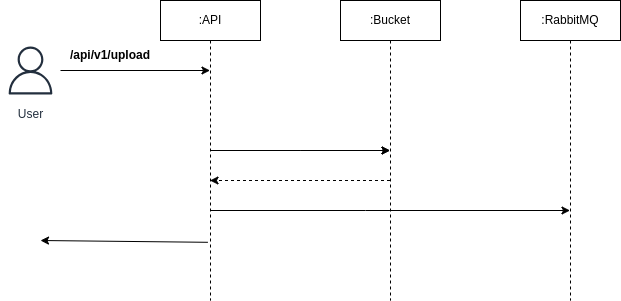
This is receiver-api.png from JuniorJDS/image-receiver-api, a draw.io export, as it was before one commit. Source tidied: cells renumbered, new cells last; positions are measured from the earlier drawing's top-left corner, leaving out a move shared by most shapes. Source of this version:
```xml
<mxGraphModel>
  <root>
    <mxCell id="0" />
    <mxCell id="1" parent="0" />
    <mxCell id="2" style="edgeStyle=elbowEdgeStyle;rounded=0;jettySize=auto;html=1;elbow=vertical;curved=0;" parent="1" edge="1" source="5" target="10">
      <mxGeometry relative="1" as="geometry" />
    </mxCell>
    <mxCell id="3" style="edgeStyle=elbowEdgeStyle;rounded=0;jettySize=auto;html=1;elbow=vertical;curved=0;" parent="1" edge="1" source="5" target="10">
      <mxGeometry relative="1" as="geometry" />
    </mxCell>
    <mxCell id="4" style="edgeStyle=elbowEdgeStyle;rounded=0;jettySize=auto;html=1;elbow=vertical;curved=0;" parent="1" edge="1" source="5" target="11">
      <mxGeometry relative="1" as="geometry">
        <Array as="points">
          <mxPoint x="365" y="210" />
        </Array>
      </mxGeometry>
    </mxCell>
    <mxCell id="5" value=":API" style="shape=umlLifeline;perimeter=lifelinePerimeter;whiteSpace=wrap;html=1;outlineConnect=0;portConstraint=eastwest;newEdgeStyle={&quot;edgeStyle&quot;:&quot;elbowEdgeStyle&quot;,&quot;elbow&quot;:&quot;vertical&quot;,&quot;curved&quot;:0,&quot;rounded&quot;:0};" parent="1" vertex="1">
      <mxGeometry x="160" width="100" height="300" as="geometry" />
    </mxCell>
    <mxCell id="6" value="User" style="sketch=0;outlineConnect=0;fontColor=#232F3E;gradientColor=none;strokeColor=#232F3E;fillColor=#ffffff;dashed=0;verticalLabelPosition=bottom;verticalAlign=top;align=center;html=1;fontSize=12;fontStyle=0;shape=mxgraph.aws4.resourceIcon;resIcon=mxgraph.aws4.user;" parent="1" vertex="1">
      <mxGeometry y="40" width="60" height="60" as="geometry" />
    </mxCell>
    <mxCell id="7" style="endArrow=classic;html=1;rounded=0;" parent="1" edge="1" source="6" target="5">
      <mxGeometry relative="1" as="geometry" />
    </mxCell>
    <mxCell id="8" value="&lt;b&gt;/api/v1/upload&lt;/b&gt;" style="text;html=1;align=center;verticalAlign=middle;whiteSpace=wrap;rounded=0;" parent="1" vertex="1">
      <mxGeometry x="80" y="40" width="60" height="30" as="geometry" />
    </mxCell>
    <mxCell id="9" style="edgeStyle=elbowEdgeStyle;rounded=0;jettySize=auto;html=1;elbow=vertical;curved=0;dashed=1;" parent="1" edge="1" source="10" target="5">
      <mxGeometry relative="1" as="geometry">
        <Array as="points">
          <mxPoint x="300" y="180" />
        </Array>
      </mxGeometry>
    </mxCell>
    <mxCell id="10" value=":Bucket" style="shape=umlLifeline;perimeter=lifelinePerimeter;whiteSpace=wrap;html=1;outlineConnect=0;portConstraint=eastwest;newEdgeStyle={&quot;edgeStyle&quot;:&quot;elbowEdgeStyle&quot;,&quot;elbow&quot;:&quot;vertical&quot;,&quot;curved&quot;:0,&quot;rounded&quot;:0};" parent="1" vertex="1">
      <mxGeometry x="340" width="100" height="300" as="geometry" />
    </mxCell>
    <mxCell id="11" value=":RabbitMQ" style="shape=umlLifeline;perimeter=lifelinePerimeter;whiteSpace=wrap;html=1;outlineConnect=0;portConstraint=eastwest;newEdgeStyle={&quot;edgeStyle&quot;:&quot;elbowEdgeStyle&quot;,&quot;elbow&quot;:&quot;vertical&quot;,&quot;curved&quot;:0,&quot;rounded&quot;:0};" parent="1" vertex="1">
      <mxGeometry x="520" width="100" height="300" as="geometry" />
    </mxCell>
    <mxCell id="12" style="endArrow=classic;html=1;rounded=0;exitX=0.474;exitY=0.806;exitDx=0;exitDy=0;exitPerimeter=0;" parent="1" edge="1" source="5">
      <mxGeometry relative="1" as="geometry">
        <mxPoint x="40" y="240" as="targetPoint" />
      </mxGeometry>
    </mxCell>
  </root>
</mxGraphModel>
```
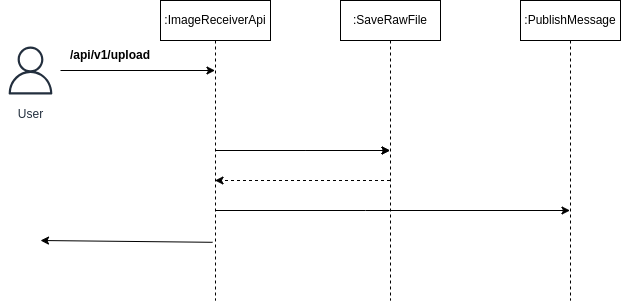
Above is the later version.

Commit message:
doc: update sequence diagram image

The edit, as a diff of the source:
```diff
@@ -15,8 +15,8 @@
         </Array>
       </mxGeometry>
     </mxCell>
-    <mxCell id="5" value=":API" style="shape=umlLifeline;perimeter=lifelinePerimeter;whiteSpace=wrap;html=1;outlineConnect=0;portConstraint=eastwest;newEdgeStyle={&quot;edgeStyle&quot;:&quot;elbowEdgeStyle&quot;,&quot;elbow&quot;:&quot;vertical&quot;,&quot;curved&quot;:0,&quot;rounded&quot;:0};" parent="1" vertex="1">
-      <mxGeometry x="160" width="100" height="300" as="geometry" />
+    <mxCell id="5" value=":ImageReceiverApi" style="shape=umlLifeline;perimeter=lifelinePerimeter;whiteSpace=wrap;html=1;outlineConnect=0;portConstraint=eastwest;newEdgeStyle={&quot;edgeStyle&quot;:&quot;elbowEdgeStyle&quot;,&quot;elbow&quot;:&quot;vertical&quot;,&quot;curved&quot;:0,&quot;rounded&quot;:0};" parent="1" vertex="1">
+      <mxGeometry x="160" width="110" height="300" as="geometry" />
     </mxCell>
     <mxCell id="6" value="User" style="sketch=0;outlineConnect=0;fontColor=#232F3E;gradientColor=none;strokeColor=#232F3E;fillColor=#ffffff;dashed=0;verticalLabelPosition=bottom;verticalAlign=top;align=center;html=1;fontSize=12;fontStyle=0;shape=mxgraph.aws4.resourceIcon;resIcon=mxgraph.aws4.user;" parent="1" vertex="1">
       <mxGeometry y="40" width="60" height="60" as="geometry" />
@@ -34,10 +34,10 @@
         </Array>
       </mxGeometry>
     </mxCell>
-    <mxCell id="10" value=":Bucket" style="shape=umlLifeline;perimeter=lifelinePerimeter;whiteSpace=wrap;html=1;outlineConnect=0;portConstraint=eastwest;newEdgeStyle={&quot;edgeStyle&quot;:&quot;elbowEdgeStyle&quot;,&quot;elbow&quot;:&quot;vertical&quot;,&quot;curved&quot;:0,&quot;rounded&quot;:0};" parent="1" vertex="1">
+    <mxCell id="10" value=":SaveRawFile" style="shape=umlLifeline;perimeter=lifelinePerimeter;whiteSpace=wrap;html=1;outlineConnect=0;portConstraint=eastwest;newEdgeStyle={&quot;edgeStyle&quot;:&quot;elbowEdgeStyle&quot;,&quot;elbow&quot;:&quot;vertical&quot;,&quot;curved&quot;:0,&quot;rounded&quot;:0};" parent="1" vertex="1">
       <mxGeometry x="340" width="100" height="300" as="geometry" />
     </mxCell>
-    <mxCell id="11" value=":RabbitMQ" style="shape=umlLifeline;perimeter=lifelinePerimeter;whiteSpace=wrap;html=1;outlineConnect=0;portConstraint=eastwest;newEdgeStyle={&quot;edgeStyle&quot;:&quot;elbowEdgeStyle&quot;,&quot;elbow&quot;:&quot;vertical&quot;,&quot;curved&quot;:0,&quot;rounded&quot;:0};" parent="1" vertex="1">
+    <mxCell id="11" value=":PublishMessage" style="shape=umlLifeline;perimeter=lifelinePerimeter;whiteSpace=wrap;html=1;outlineConnect=0;portConstraint=eastwest;newEdgeStyle={&quot;edgeStyle&quot;:&quot;elbowEdgeStyle&quot;,&quot;elbow&quot;:&quot;vertical&quot;,&quot;curved&quot;:0,&quot;rounded&quot;:0};" parent="1" vertex="1">
       <mxGeometry x="520" width="100" height="300" as="geometry" />
     </mxCell>
     <mxCell id="12" style="endArrow=classic;html=1;rounded=0;exitX=0.474;exitY=0.806;exitDx=0;exitDy=0;exitPerimeter=0;" parent="1" edge="1" source="5">
```
